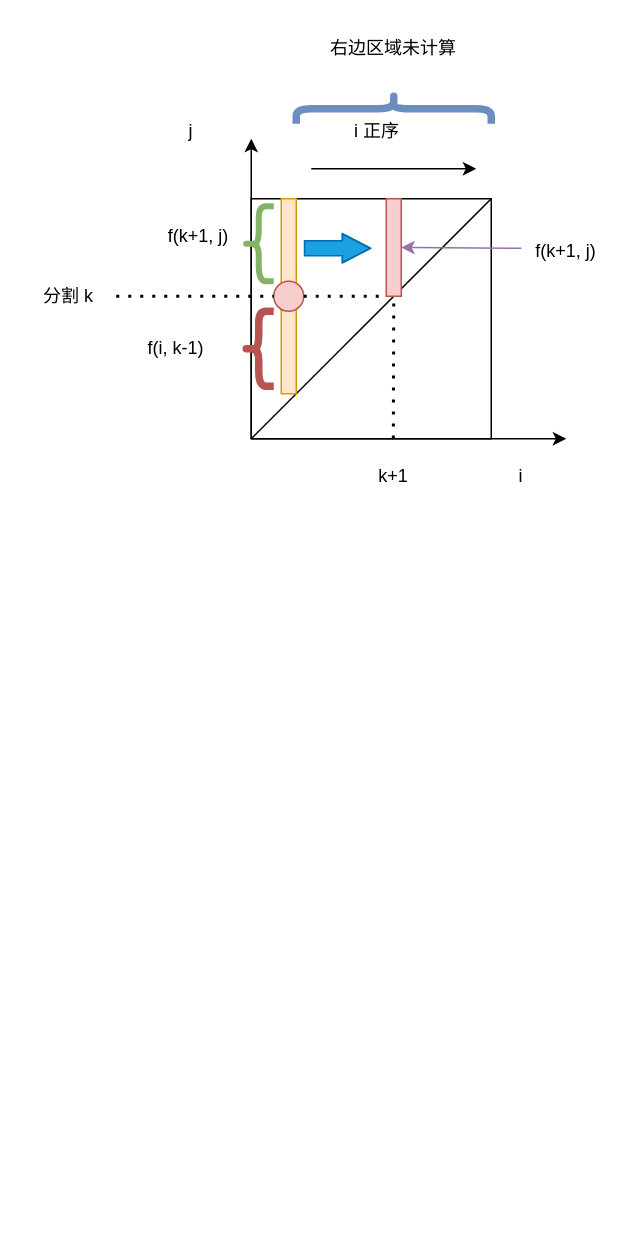
HealerL/123456 keeps this draw.io diagram as 猜数字2.drawio. Above is the earlier version. Source tidied: cells renumbered, new cells numbered last; positions are measured from the earlier drawing's top-left corner, leaving out a move shared by most shapes. Both pictures are drawn from the tidied source at 150%, with x=0, y=0 at pixel (26, 10).
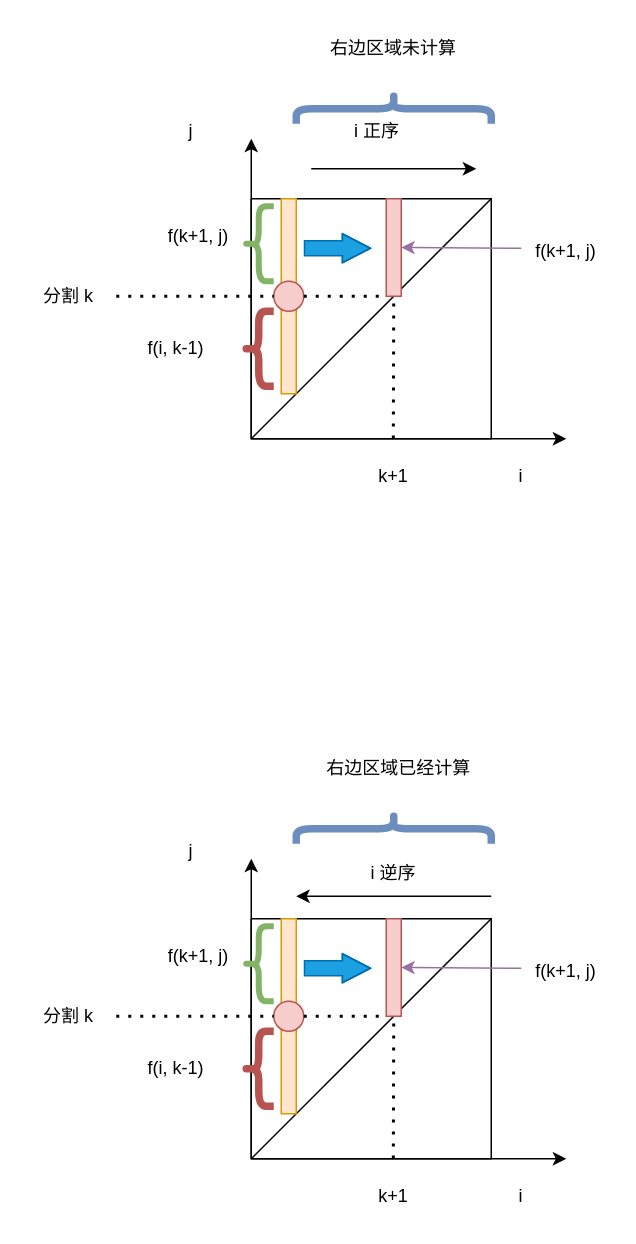
After the change.

The edit, as a diff of the source:
```diff
@@
+    <mxCell id="27" style="endArrow=classic;html=1;rounded=0;" parent="1" edge="1">
+      <mxGeometry relative="1" as="geometry">
+        <mxPoint x="150" y="765" as="sourcePoint" />
+        <mxPoint x="360" y="765" as="targetPoint" />
+      </mxGeometry>
+    </mxCell>
+    <mxCell id="28" style="endArrow=classic;html=1;rounded=0;" parent="1" edge="1">
+      <mxGeometry relative="1" as="geometry">
+        <mxPoint x="150" y="765" as="sourcePoint" />
+        <mxPoint x="150" y="565" as="targetPoint" />
+      </mxGeometry>
+    </mxCell>
+    <mxCell id="29" style="whiteSpace=wrap;html=1;" parent="1" vertex="1">
+      <mxGeometry x="150" y="605" width="160" height="160" as="geometry" />
+    </mxCell>
+    <mxCell id="30" style="endArrow=none;html=1;rounded=0;entryX=1;entryY=0;entryDx=0;entryDy=0;exitX=0;exitY=1;exitDx=0;exitDy=0;" parent="1" edge="1" source="29" target="29">
+      <mxGeometry relative="1" as="geometry" />
+    </mxCell>
+    <mxCell id="31" value="i" style="text;html=1;strokeColor=none;fillColor=none;align=center;verticalAlign=middle;whiteSpace=wrap;rounded=0;" parent="1" vertex="1">
+      <mxGeometry x="300" y="775" width="60" height="30" as="geometry" />
+    </mxCell>
+    <mxCell id="32" value="j" style="text;html=1;strokeColor=none;fillColor=none;align=center;verticalAlign=middle;whiteSpace=wrap;rounded=0;" parent="1" vertex="1">
+      <mxGeometry x="80" y="545" width="60" height="30" as="geometry" />
+    </mxCell>
+    <mxCell id="33" style="endArrow=classic;html=1;rounded=0;" parent="1" edge="1">
+      <mxGeometry relative="1" as="geometry">
+        <mxPoint x="310" y="590" as="sourcePoint" />
+        <mxPoint x="180" y="590" as="targetPoint" />
+      </mxGeometry>
+    </mxCell>
+    <mxCell id="34" value="i 逆序" style="text;html=1;strokeColor=none;fillColor=none;align=center;verticalAlign=middle;whiteSpace=wrap;rounded=0;" parent="1" vertex="1">
+      <mxGeometry x="215" y="560" width="60" height="30" as="geometry" />
+    </mxCell>
+    <mxCell id="35" style="rounded=0;whiteSpace=wrap;html=1;fillColor=#ffe6cc;strokeColor=#d79b00;" parent="1" vertex="1">
+      <mxGeometry x="170" y="605" width="10" height="130" as="geometry" />
+    </mxCell>
+    <mxCell id="36" style="ellipse;whiteSpace=wrap;html=1;fillColor=#f8cecc;strokeColor=#b85450;" parent="1" vertex="1">
+      <mxGeometry x="165" y="660" width="20" height="20" as="geometry" />
+    </mxCell>
+    <mxCell id="37" value="分割 k&amp;nbsp;" style="text;html=1;strokeColor=none;fillColor=none;align=center;verticalAlign=middle;whiteSpace=wrap;rounded=0;" parent="1" vertex="1">
+      <mxGeometry y="655" width="60" height="30" as="geometry" />
+    </mxCell>
+    <mxCell id="38" style="endArrow=none;dashed=1;html=1;dashPattern=1 3;strokeWidth=2;rounded=0;entryX=0;entryY=0.5;entryDx=0;entryDy=0;" parent="1" edge="1" target="36">
+      <mxGeometry relative="1" as="geometry">
+        <mxPoint x="60" y="670" as="sourcePoint" />
+      </mxGeometry>
+    </mxCell>
+    <mxCell id="39" style="shape=curlyBracket;whiteSpace=wrap;html=1;rounded=1;flipH=1;fillColor=#f8cecc;strokeColor=#b85450;strokeWidth=5;rotation=-180;" parent="1" vertex="1">
+      <mxGeometry x="145" y="680" width="20" height="50" as="geometry" />
+    </mxCell>
+    <mxCell id="40" value="f(i, k-1)" style="text;html=1;strokeColor=none;fillColor=none;align=center;verticalAlign=middle;whiteSpace=wrap;rounded=0;" parent="1" vertex="1">
+      <mxGeometry x="70" y="690" width="60" height="30" as="geometry" />
+    </mxCell>
+    <mxCell id="41" style="shape=curlyBracket;whiteSpace=wrap;html=1;rounded=1;flipH=1;strokeWidth=4;fillColor=#d5e8d4;strokeColor=#82b366;rotation=-180;" parent="1" vertex="1">
+      <mxGeometry x="145" y="610" width="20" height="50" as="geometry" />
+    </mxCell>
+    <mxCell id="42" value="f(k+1, j)" style="text;html=1;strokeColor=none;fillColor=none;align=center;verticalAlign=middle;whiteSpace=wrap;rounded=0;" parent="1" vertex="1">
+      <mxGeometry x="85" y="615" width="60" height="30" as="geometry" />
+    </mxCell>
+    <mxCell id="43" style="rounded=0;whiteSpace=wrap;html=1;strokeWidth=1;fillColor=#f8cecc;strokeColor=#b85450;" parent="1" vertex="1">
+      <mxGeometry x="240" y="605" width="10" height="65" as="geometry" />
+    </mxCell>
+    <mxCell id="44" style="endArrow=none;dashed=1;html=1;dashPattern=1 3;strokeWidth=2;rounded=0;entryX=0;entryY=1;entryDx=0;entryDy=0;exitX=1;exitY=0.5;exitDx=0;exitDy=0;" parent="1" edge="1" source="36" target="43">
+      <mxGeometry relative="1" as="geometry" />
+    </mxCell>
+    <mxCell id="45" style="endArrow=none;dashed=1;html=1;dashPattern=1 3;strokeWidth=2;rounded=0;entryX=0.5;entryY=1;entryDx=0;entryDy=0;exitX=0.592;exitY=0.999;exitDx=0;exitDy=0;exitPerimeter=0;" parent="1" edge="1" source="29" target="43">
+      <mxGeometry relative="1" as="geometry" />
+    </mxCell>
+    <mxCell id="46" value="k+1" style="text;html=1;strokeColor=none;fillColor=none;align=center;verticalAlign=middle;whiteSpace=wrap;rounded=0;" parent="1" vertex="1">
+      <mxGeometry x="215" y="775" width="60" height="30" as="geometry" />
+    </mxCell>
+    <mxCell id="47" style="shape=curlyBracket;whiteSpace=wrap;html=1;rounded=1;flipH=1;strokeColor=#6c8ebf;strokeWidth=5;fillColor=#dae8fc;rotation=-90;" parent="1" vertex="1">
+      <mxGeometry x="235" y="480" width="20" height="130" as="geometry" />
+    </mxCell>
+    <mxCell id="48" value="右边区域已经计算" style="text;html=1;strokeColor=none;fillColor=none;align=center;verticalAlign=middle;whiteSpace=wrap;rounded=0;" parent="1" vertex="1">
+      <mxGeometry x="197" y="490" width="103" height="30" as="geometry" />
+    </mxCell>
+    <mxCell id="49" value="f(k+1, j)" style="text;html=1;strokeColor=none;fillColor=none;align=center;verticalAlign=middle;whiteSpace=wrap;rounded=0;" parent="1" vertex="1">
+      <mxGeometry x="330" y="625" width="60" height="30" as="geometry" />
+    </mxCell>
+    <mxCell id="50" style="endArrow=classic;html=1;rounded=0;entryX=1;entryY=0.5;entryDx=0;entryDy=0;fillColor=#e1d5e7;strokeColor=#9673a6;" parent="1" edge="1" target="43">
+      <mxGeometry relative="1" as="geometry">
+        <mxPoint x="330" y="638" as="sourcePoint" />
+      </mxGeometry>
+    </mxCell>
+    <mxCell id="51" style="shape=flexArrow;endArrow=classic;html=1;rounded=0;endWidth=8.333333333333334;endSize=5.916666666666667;fillColor=#1ba1e2;strokeColor=#006EAF;" parent="1" edge="1">
+      <mxGeometry relative="1" as="geometry">
+        <mxPoint x="185" y="638" as="sourcePoint" />
+        <mxPoint x="230" y="638" as="targetPoint" />
+        <Array as="points">
+          <mxPoint x="210" y="638" />
+        </Array>
+      </mxGeometry>
+    </mxCell>
```
